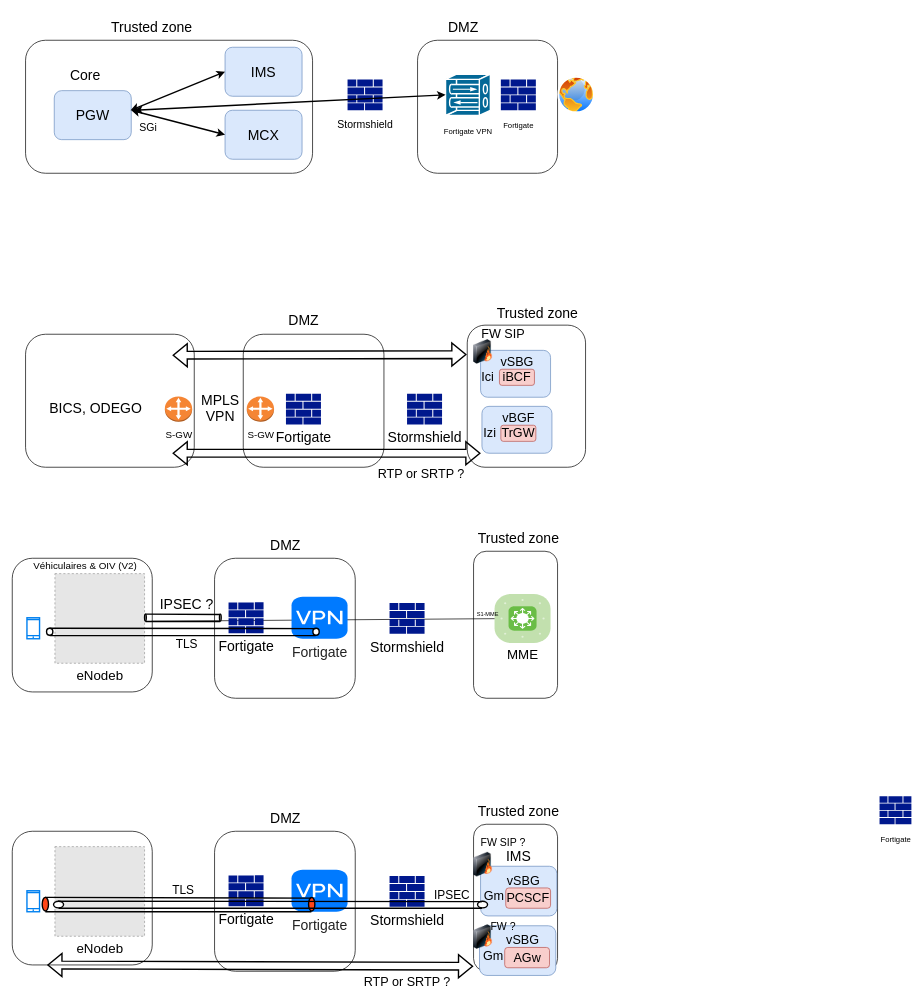
Above: page "Page-3" (3 of 3) of use_cases_sec.drawio in h4kdev/diagrams (draw.io), before the change. Source tidied: cells renumbered, new cells numbered last; positions are measured from the earlier drawing's top-left corner, leaving out a move shared by most shapes. Both pictures are drawn from the tidied source at 70%, with x=0, y=0 at pixel (12, 12). Pictures stored in the file or linked from it are replaced by grey dashed boxes.
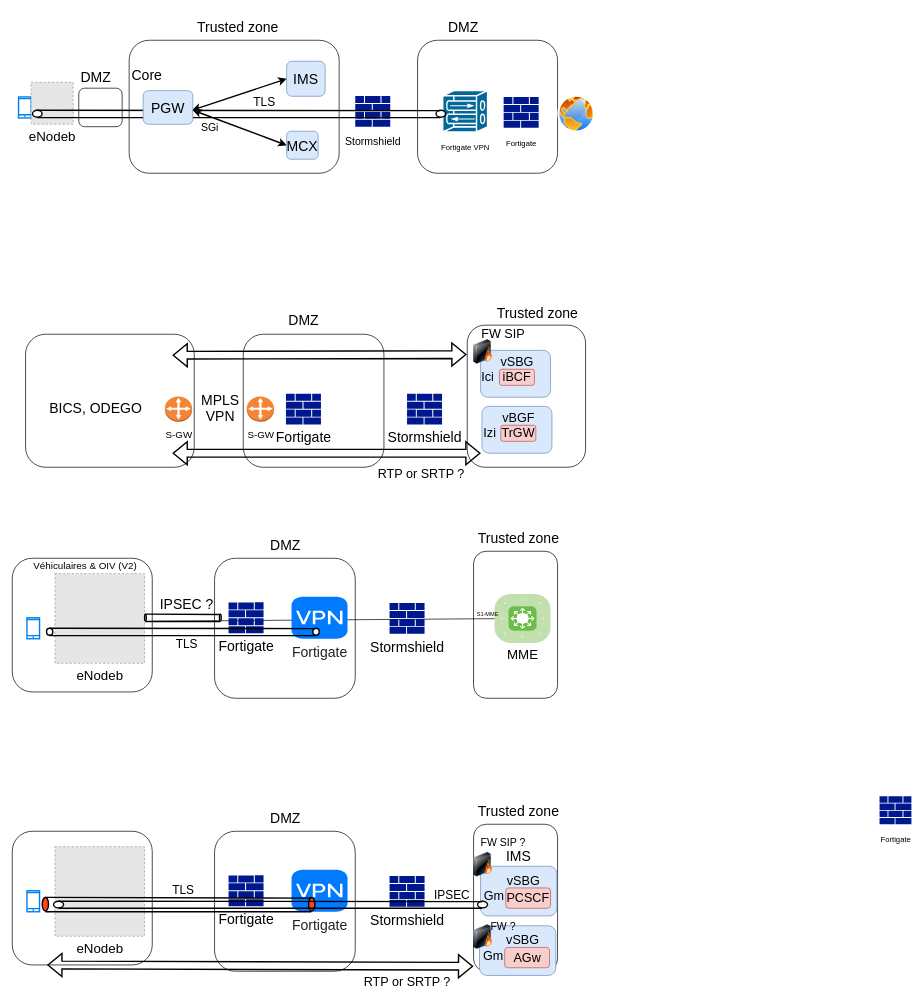
The same diagram, later.

Change to the diagram source:
```diff
@@
     <mxCell id="3" style="rounded=1;whiteSpace=wrap;html=1;fontSize=19;" parent="1" vertex="1">
-      <mxGeometry x="19" y="40" width="410" height="190" as="geometry" />
+      <mxGeometry x="167" y="40" width="300" height="190" as="geometry" />
     </mxCell>
-    <mxCell id="4" value="PGW" style="rounded=1;whiteSpace=wrap;html=1;fontSize=20;fillColor=#dae8fc;strokeColor=#6c8ebf;" parent="1" vertex="1">
-      <mxGeometry x="60" y="112" width="110" height="70" as="geometry" />
-    </mxCell>
     <mxCell id="5" value="Core" style="text;html=1;align=center;verticalAlign=middle;strokeColor=none;fillColor=none;fontSize=20;" parent="1" vertex="1">
-      <mxGeometry x="69" y="70" width="70" height="40" as="geometry" />
+      <mxGeometry x="157" y="70" width="70" height="40" as="geometry" />
     </mxCell>
     <mxCell id="6" value="Trusted zone" style="text;html=1;align=center;verticalAlign=middle;strokeColor=none;fillColor=none;fontSize=20;" parent="1" vertex="1">
-      <mxGeometry x="129" width="140" height="40" as="geometry" />
+      <mxGeometry x="252" width="140" height="40" as="geometry" />
     </mxCell>
     <mxCell id="7" value="IMS" style="rounded=1;whiteSpace=wrap;html=1;fontSize=20;fillColor=#dae8fc;strokeColor=#6c8ebf;" parent="1" vertex="1">
-      <mxGeometry x="304" y="50" width="110" height="70" as="geometry" />
+      <mxGeometry x="392" y="70" width="55" height="50" as="geometry" />
     </mxCell>
     <mxCell id="8" value="MCX" style="rounded=1;whiteSpace=wrap;html=1;fontSize=20;fillColor=#dae8fc;strokeColor=#6c8ebf;" parent="1" vertex="1">
-      <mxGeometry x="304" y="140" width="110" height="70" as="geometry" />
+      <mxGeometry x="392" y="170" width="45" height="40" as="geometry" />
     </mxCell>
     <mxCell id="9" style="endArrow=classic;startArrow=classic;html=1;rounded=0;strokeColor=#000000;strokeWidth=2;fontSize=11;fontColor=#000000;entryX=0;entryY=0.5;entryDx=0;entryDy=0;" parent="1" edge="1" target="7">
       <mxGeometry relative="1" as="geometry">
-        <mxPoint x="169" y="140" as="sourcePoint" />
+        <mxPoint x="257" y="140" as="sourcePoint" />
       </mxGeometry>
     </mxCell>
     <mxCell id="10" style="endArrow=classic;startArrow=classic;html=1;rounded=0;strokeColor=#000000;strokeWidth=2;fontSize=11;fontColor=#000000;entryX=0;entryY=0.5;entryDx=0;entryDy=0;" parent="1" edge="1" target="8">
       <mxGeometry relative="1" as="geometry">
-        <mxPoint x="170" y="140" as="sourcePoint" />
+        <mxPoint x="258" y="140" as="sourcePoint" />
       </mxGeometry>
     </mxCell>
@@
     <mxCell id="13" value="&lt;font style=&quot;font-size: 11px;&quot;&gt;Fortigate VPN&lt;/font&gt;" style="shape=mxgraph.cisco.misc.vpn_concentrator;html=1;dashed=0;fillColor=#036897;strokeColor=#ffffff;strokeWidth=2;verticalLabelPosition=bottom;verticalAlign=top;align=center;fontSize=20;fontColor=#000000;" parent="1" vertex="1">
-      <mxGeometry x="619" y="88.5" width="64" height="59" as="geometry" />
+      <mxGeometry x="615" y="112" width="64" height="59" as="geometry" />
     </mxCell>
     <mxCell id="14" value="&lt;font style=&quot;font-size: 15px;&quot;&gt;Stormshield&lt;/font&gt;" style="sketch=0;shadow=0;dashed=0;html=1;strokeColor=none;labelPosition=center;verticalLabelPosition=bottom;verticalAlign=top;align=center;fillColor=#00188D;shape=mxgraph.mscae.enterprise.firewall;fontSize=20;" parent="1" vertex="1">
-      <mxGeometry x="479" y="96" width="50" height="44" as="geometry" />
+      <mxGeometry x="490" y="119.5" width="50" height="44" as="geometry" />
     </mxCell>
-    <mxCell id="15" style="endArrow=classic;startArrow=classic;html=1;rounded=0;strokeColor=#000000;strokeWidth=2;fontSize=15;fontColor=#000000;" parent="1" edge="1">
-      <mxGeometry relative="1" as="geometry">
-        <mxPoint x="174" y="140" as="sourcePoint" />
-        <mxPoint x="619" y="118" as="targetPoint" />
-      </mxGeometry>
-    </mxCell>
     <mxCell id="16" value="SGi" style="text;html=1;align=center;verticalAlign=middle;strokeColor=none;fillColor=none;fontSize=15;fontColor=#000000;" parent="1" vertex="1">
-      <mxGeometry x="169" y="149" width="50" height="30" as="geometry" />
+      <mxGeometry x="257" y="149" width="50" height="30" as="geometry" />
     </mxCell>
@@
     <mxCell id="42" value="&lt;font style=&quot;font-size: 11px;&quot;&gt;Fortigate&lt;/font&gt;" style="sketch=0;shadow=0;dashed=0;html=1;strokeColor=none;labelPosition=center;verticalLabelPosition=bottom;verticalAlign=top;align=center;fillColor=#00188D;shape=mxgraph.mscae.enterprise.firewall;fontSize=20;" parent="1" vertex="1">
-      <mxGeometry x="698" y="96" width="50" height="44" as="geometry" />
+      <mxGeometry x="702" y="121" width="50" height="44" as="geometry" />
     </mxCell>
     <mxCell id="43" style="perimeter=ellipsePerimeter;html=1;align=center;shadow=0;dashed=0;spacingTop=3;image;image=img/lib/active_directory/internet_globe.svg;fontSize=17;" parent="1" vertex="1">
-      <mxGeometry x="779" y="91" width="54" height="54" as="geometry" />
+      <mxGeometry x="779" y="118.2" width="54" height="54" as="geometry" />
     </mxCell>
@@
+    <mxCell id="106" style="html=1;verticalLabelPosition=bottom;align=center;labelBackgroundColor=#ffffff;verticalAlign=top;strokeWidth=2;strokeColor=#0080F0;shadow=0;dashed=0;shape=mxgraph.ios7.icons.smartphone;fontSize=20;fontColor=#000000;" parent="1" vertex="1">
+      <mxGeometry x="9" y="121" width="18" height="30" as="geometry" />
+    </mxCell>
+    <mxCell id="107" value="&lt;font style=&quot;font-size: 19px;&quot;&gt;eNodeb&lt;/font&gt;" style="fillColor=#E6E6E6;strokeColor=#999999;dashed=1;html=1;verticalAlign=top;verticalLabelPosition=bottom;labelBackgroundColor=#ffffff;" parent="1" vertex="1">
+      <mxGeometry x="27" y="100" width="60" height="60" as="geometry" />
+    </mxCell>
+    <mxCell id="108" style="rounded=1;whiteSpace=wrap;html=1;fontSize=19;" parent="1" vertex="1">
+      <mxGeometry x="95" y="108.5" width="62" height="55" as="geometry" />
+    </mxCell>
+    <mxCell id="109" value="&lt;font style=&quot;font-size: 20px;&quot;&gt;DMZ&lt;/font&gt;" style="text;html=1;align=center;verticalAlign=middle;strokeColor=none;fillColor=none;fontSize=11;fontColor=#000000;" parent="1" vertex="1">
+      <mxGeometry x="84" y="72" width="70" height="40" as="geometry" />
+    </mxCell>
+    <mxCell id="110" style="group;" parent="1" vertex="1">
+      <mxGeometry x="29" y="140" width="590" height="10.5" as="geometry" />
+    </mxCell>
+    <mxCell id="111" style="ellipse;whiteSpace=wrap;html=1;fontSize=17;strokeWidth=2;" parent="110" vertex="1">
+      <mxGeometry x="576.4" width="13.6" height="10" as="geometry" />
+    </mxCell>
+    <mxCell id="112" style="ellipse;whiteSpace=wrap;html=1;fontSize=17;strokeWidth=2;" parent="110" vertex="1">
+      <mxGeometry width="13.6" height="10" as="geometry" />
+    </mxCell>
+    <mxCell id="113" style="endArrow=none;html=1;rounded=0;fontSize=17;strokeWidth=2;" parent="110" edge="1">
+      <mxGeometry relative="1" as="geometry">
+        <mxPoint x="6.1" as="sourcePoint" />
+        <mxPoint x="582.4" y="0.5" as="targetPoint" />
+      </mxGeometry>
+    </mxCell>
+    <mxCell id="114" style="endArrow=none;html=1;rounded=0;fontSize=17;strokeWidth=2;" parent="110" edge="1">
+      <mxGeometry relative="1" as="geometry">
+        <mxPoint x="6.8" y="10.5" as="sourcePoint" />
+        <mxPoint x="582.4" y="10.5" as="targetPoint" />
+      </mxGeometry>
+    </mxCell>
+    <mxCell id="4" value="PGW" style="rounded=1;whiteSpace=wrap;html=1;fontSize=20;fillColor=#dae8fc;strokeColor=#6c8ebf;" parent="1" vertex="1">
+      <mxGeometry x="187" y="112" width="71" height="48" as="geometry" />
+    </mxCell>
+    <mxCell id="115" value="TLS" style="text;html=1;align=center;verticalAlign=middle;strokeColor=none;fillColor=none;fontSize=17;" parent="1" vertex="1">
+      <mxGeometry x="335" y="115" width="50" height="30" as="geometry" />
+    </mxCell>
```
